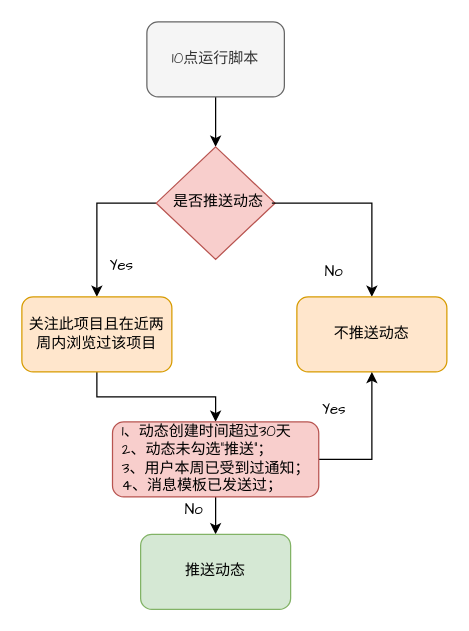
This is 推送通知.drawio from chrispolo/-Offer-, a draw.io file, before an edit. Source tidied: cells renumbered, new cells numbered last; positions are measured from the earlier drawing's top-left corner, leaving out a move shared by most shapes. Both pictures are drawn from the tidied source at 125%, with x=0, y=0 at pixel (21, 21).
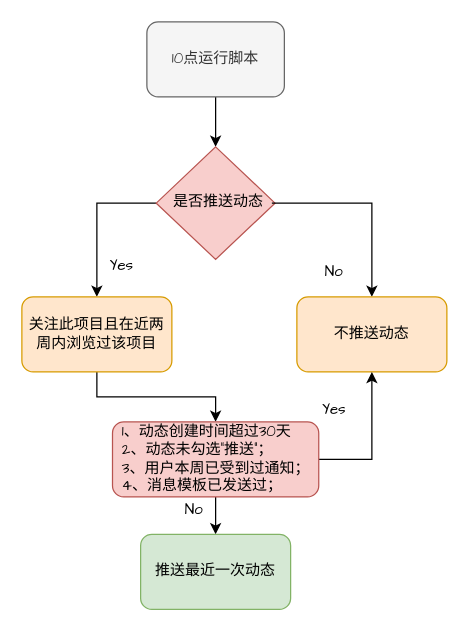
The same diagram, later.

Diff of the diagram source:
```diff
@@
-    <mxCell id="18" value="推送动态" style="rounded=1;whiteSpace=wrap;html=1;comic=0;fontFamily=Comic Sans MS;fillColor=#d5e8d4;strokeColor=#82b366;" parent="1" vertex="1">
+    <mxCell id="18" value="推送最近一次动态" style="rounded=1;whiteSpace=wrap;html=1;comic=0;fontFamily=Comic Sans MS;fillColor=#d5e8d4;strokeColor=#82b366;" parent="1" vertex="1">
       <mxGeometry x="95" y="410" width="120" height="60" as="geometry" />
     </mxCell>
```
